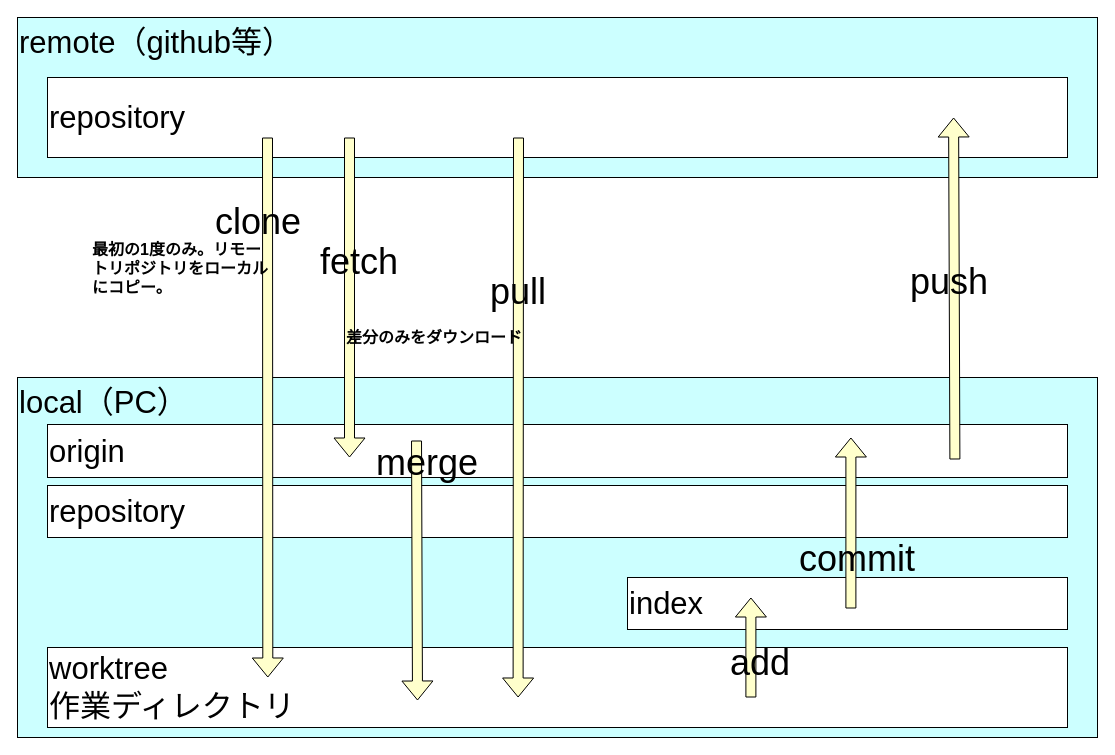
Earlier version of the draw.io diagram 000_一般/03_git/git.dio (mik-organization/edu-general). Source tidied: cells renumbered, new cells numbered last; positions are measured from the earlier drawing's top-left corner, leaving out a move shared by most shapes. Both pictures are drawn from the tidied source at 100%, with x=0, y=0 at pixel (17, 17).
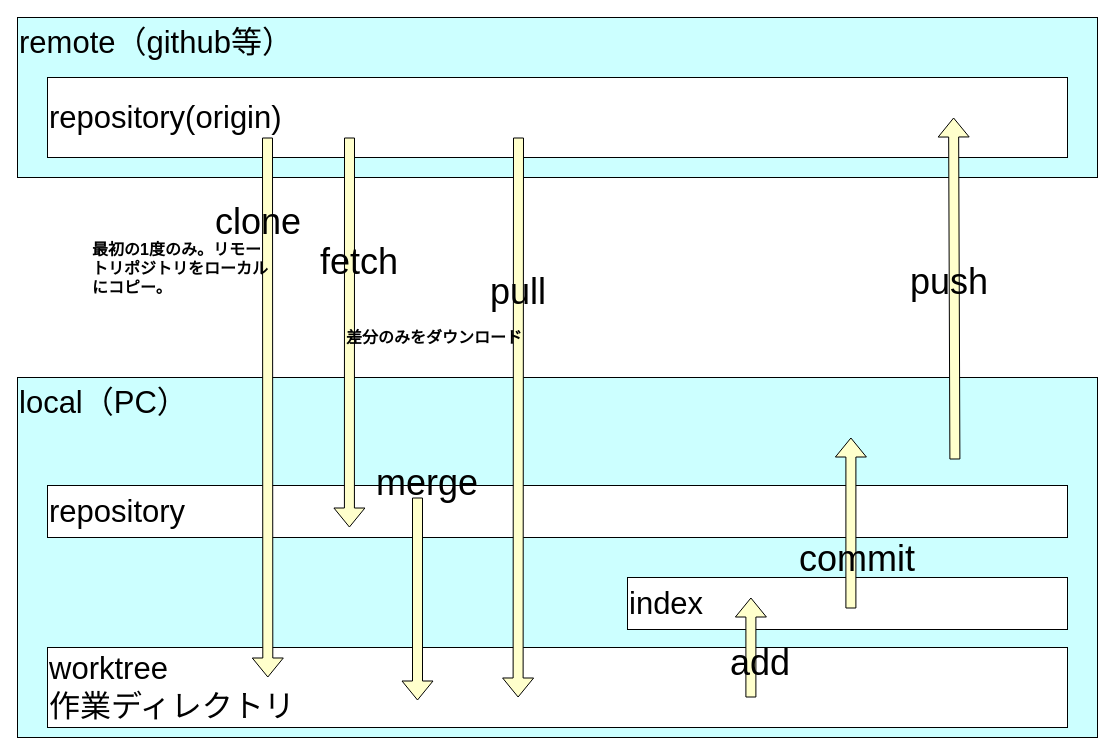
After the change.

Unchanged cells that the change refers to:
```xml
<mxCell id="4" value="repository" style="rounded=0;whiteSpace=wrap;html=1;fillColor=#FFFFFF;strokeColor=#000000;fontColor=#000000;fontSize=31;align=left;" parent="1" vertex="1">
  <mxGeometry x="30" y="468" width="1020" height="52" as="geometry" />
</mxCell>
```

What changed in the source:
```diff
@@
-    <mxCell id="5" value="origin" style="rounded=0;whiteSpace=wrap;html=1;fillColor=#FFFFFF;strokeColor=#000000;fontColor=#000000;fontSize=31;align=left;" parent="1" vertex="1">
-      <mxGeometry x="30" y="407" width="1020" height="53" as="geometry" />
-    </mxCell>
-    <mxCell id="6" value="repository" style="rounded=0;whiteSpace=wrap;html=1;fillColor=#FFFFFF;strokeColor=#000000;fontColor=#000000;fontSize=31;align=left;" parent="1" vertex="1">
+    <mxCell id="6" value="repository(origin)" style="rounded=0;whiteSpace=wrap;html=1;fillColor=#FFFFFF;strokeColor=#000000;fontColor=#000000;fontSize=31;align=left;" parent="1" vertex="1">
       <mxGeometry x="30" y="60" width="1020" height="80" as="geometry" />
     </mxCell>
-    <mxCell id="7" style="shape=flexArrow;endArrow=classic;html=1;fontSize=31;fontColor=#000000;labelBackgroundColor=#000000;fillColor=#FFFFCC;strokeColor=#000000;exitX=0.196;exitY=0.75;exitDx=0;exitDy=0;exitPerimeter=0;" parent="1" edge="1">
+    <mxCell id="7" style="shape=flexArrow;endArrow=classic;html=1;fontSize=31;fontColor=#000000;labelBackgroundColor=#000000;fillColor=#FFFFCC;strokeColor=#000000;exitX=0.196;exitY=0.75;exitDx=0;exitDy=0;exitPerimeter=0;entryX=0.296;entryY=0.808;entryDx=0;entryDy=0;entryPerimeter=0;" parent="1" edge="1" target="4">
       <mxGeometry relative="1" as="geometry">
         <mxPoint x="332" y="120" as="sourcePoint" />
-        <mxPoint x="332" y="440" as="targetPoint" />
       </mxGeometry>
     </mxCell>
@@
-    <mxCell id="13" style="shape=flexArrow;endArrow=classic;html=1;fontSize=31;fontColor=#000000;labelBackgroundColor=#000000;fillColor=#FFFFCC;strokeColor=#000000;exitX=0.317;exitY=-0.233;exitDx=0;exitDy=0;exitPerimeter=0;" parent="1" edge="1" source="14">
+    <mxCell id="13" style="shape=flexArrow;endArrow=classic;html=1;fontSize=31;fontColor=#000000;labelBackgroundColor=#000000;fillColor=#FFFFCC;strokeColor=#000000;" parent="1" edge="1">
       <mxGeometry relative="1" as="geometry">
+        <mxPoint x="400" y="480" as="sourcePoint" />
         <mxPoint x="400" y="683" as="targetPoint" />
       </mxGeometry>
     </mxCell>
     <mxCell id="14" value="&lt;font style=&quot;font-size: 36px;&quot;&gt;merge&lt;/font&gt;" style="text;html=1;strokeColor=none;fillColor=none;align=center;verticalAlign=middle;whiteSpace=wrap;rounded=0;fontSize=31;fontColor=#000000;" parent="1" vertex="1">
-      <mxGeometry x="380" y="430" width="60" height="30" as="geometry" />
+      <mxGeometry x="380" y="450" width="60" height="30" as="geometry" />
     </mxCell>
```
